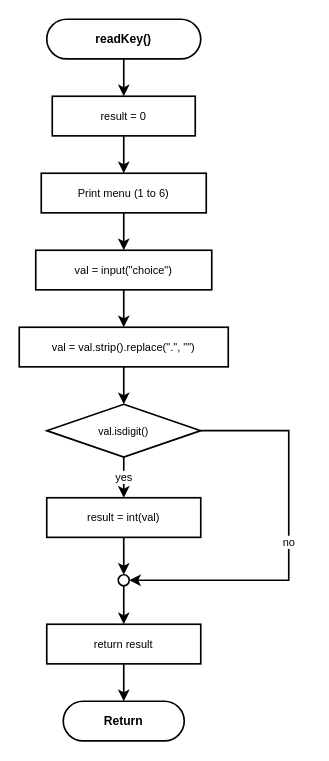
Before: program001/flowchart/02_readKey.drawio in kittiphong064008-cyber/AI-Coding, a draw.io diagram. Source tidied: cells renumbered, new cells numbered last; positions are measured from the earlier drawing's top-left corner, leaving out a move shared by most shapes. Both pictures are drawn from the tidied source at 110%, with x=0, y=0 at pixel (19, 19).
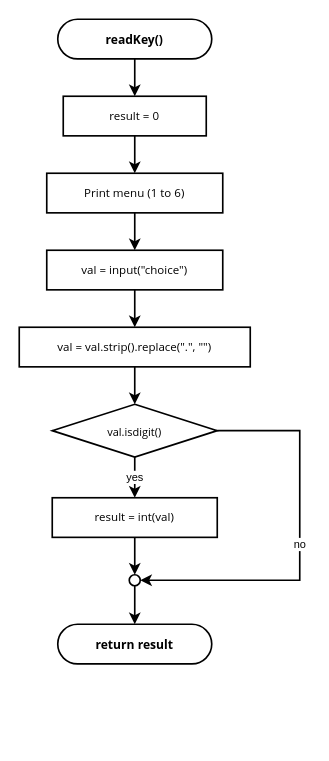
After the change.

The edit, as a diff of the source:
```diff
@@
-    <mxCell id="2" value="readKey()" style="rounded=1;whiteSpace=wrap;html=1;arcSize=50;fillColor=#ffffff;strokeColor=#000000;strokeWidth=1.5;fontSize=11;fontFamily=Helvetica;fontStyle=1;" parent="1" vertex="1">
-      <mxGeometry x="25" width="140" height="36" as="geometry" />
+    <mxCell id="2" value="readKey()" style="rounded=1;whiteSpace=wrap;html=1;arcSize=50;fillColor=#ffffff;strokeColor=#000000;strokeWidth=1.5;fontSize=11;fontFamily=Segoe UI;fontStyle=1;" parent="1" vertex="1">
+      <mxGeometry x="35" width="140" height="36" as="geometry" />
     </mxCell>
-    <mxCell id="3" value="result = 0" style="rounded=0;whiteSpace=wrap;html=1;fillColor=#ffffff;strokeColor=#000000;strokeWidth=1.5;fontSize=10;fontFamily=Helvetica;" parent="1" vertex="1">
-      <mxGeometry x="30" y="70" width="130" height="36" as="geometry" />
+    <mxCell id="3" value="result = 0" style="rounded=0;whiteSpace=wrap;html=1;fillColor=#ffffff;strokeColor=#000000;strokeWidth=1.5;fontSize=10.5;fontFamily=Segoe UI;" parent="1" vertex="1">
+      <mxGeometry x="40" y="70" width="130" height="36" as="geometry" />
     </mxCell>
-    <mxCell id="4" value="Print menu (1 to 6)" style="rounded=0;whiteSpace=wrap;html=1;fillColor=#ffffff;strokeColor=#000000;strokeWidth=1.5;fontSize=10;fontFamily=Helvetica;" parent="1" vertex="1">
-      <mxGeometry x="20" y="140" width="150" height="36" as="geometry" />
+    <mxCell id="4" value="Print menu (1 to 6)" style="rounded=0;whiteSpace=wrap;html=1;fillColor=#ffffff;strokeColor=#000000;strokeWidth=1.5;fontSize=10.5;fontFamily=Segoe UI;" parent="1" vertex="1">
+      <mxGeometry x="25" y="140" width="160" height="36" as="geometry" />
     </mxCell>
-    <mxCell id="5" value="val = input(&quot;choice&quot;)" style="rounded=0;whiteSpace=wrap;html=1;fillColor=#ffffff;strokeColor=#000000;strokeWidth=1.5;fontSize=10;fontFamily=Helvetica;" parent="1" vertex="1">
-      <mxGeometry x="15" y="210" width="160" height="36" as="geometry" />
+    <mxCell id="5" value="val = input(&quot;choice&quot;)" style="rounded=0;whiteSpace=wrap;html=1;fillColor=#ffffff;strokeColor=#000000;strokeWidth=1.5;fontSize=10.5;fontFamily=Segoe UI;" parent="1" vertex="1">
+      <mxGeometry x="25" y="210" width="160" height="36" as="geometry" />
     </mxCell>
-    <mxCell id="6" value="val = val.strip().replace(&quot;.&quot;, &quot;&quot;)" style="rounded=0;whiteSpace=wrap;html=1;fillColor=#ffffff;strokeColor=#000000;strokeWidth=1.5;fontSize=10;fontFamily=Helvetica;" parent="1" vertex="1">
-      <mxGeometry y="280" width="190" height="36" as="geometry" />
+    <mxCell id="6" value="val = val.strip().replace(&quot;.&quot;, &quot;&quot;)" style="rounded=0;whiteSpace=wrap;html=1;fillColor=#ffffff;strokeColor=#000000;strokeWidth=1.5;fontSize=10.5;fontFamily=Segoe UI;" parent="1" vertex="1">
+      <mxGeometry y="280" width="210" height="36" as="geometry" />
     </mxCell>
-    <mxCell id="7" value="val.isdigit()" style="rhombus;whiteSpace=wrap;html=1;fillColor=#ffffff;strokeColor=#000000;strokeWidth=1.5;fontSize=9.5;fontFamily=Helvetica;" parent="1" vertex="1">
-      <mxGeometry x="25" y="350" width="140" height="48" as="geometry" />
+    <mxCell id="7" value="val.isdigit()" style="rhombus;whiteSpace=wrap;html=1;fillColor=#ffffff;strokeColor=#000000;strokeWidth=1.5;fontSize=10;fontFamily=Segoe UI;" parent="1" vertex="1">
+      <mxGeometry x="30" y="350" width="150" height="48" as="geometry" />
     </mxCell>
-    <mxCell id="8" value="result = int(val)" style="rounded=0;whiteSpace=wrap;html=1;fillColor=#ffffff;strokeColor=#000000;strokeWidth=1.5;fontSize=10;fontFamily=Helvetica;" parent="1" vertex="1">
-      <mxGeometry x="25" y="435" width="140" height="36" as="geometry" />
+    <mxCell id="8" value="result = int(val)" style="rounded=0;whiteSpace=wrap;html=1;fillColor=#ffffff;strokeColor=#000000;strokeWidth=1.5;fontSize=10.5;fontFamily=Segoe UI;" parent="1" vertex="1">
+      <mxGeometry x="30" y="435" width="150" height="36" as="geometry" />
     </mxCell>
     <mxCell id="9" style="ellipse;whiteSpace=wrap;html=1;fillColor=#ffffff;strokeColor=#000000;strokeWidth=1.5;" parent="1" vertex="1">
-      <mxGeometry x="90" y="505" width="10" height="10" as="geometry" />
+      <mxGeometry x="100" y="505" width="10" height="10" as="geometry" />
     </mxCell>
-    <mxCell id="10" value="return result" style="rounded=0;whiteSpace=wrap;html=1;fillColor=#ffffff;strokeColor=#000000;strokeWidth=1.5;fontSize=10;fontFamily=Helvetica;" parent="1" vertex="1">
-      <mxGeometry x="25" y="550" width="140" height="36" as="geometry" />
-    </mxCell>
-    <mxCell id="11" value="Return" style="rounded=1;whiteSpace=wrap;html=1;arcSize=50;fillColor=#ffffff;strokeColor=#000000;strokeWidth=1.5;fontSize=11;fontFamily=Helvetica;fontStyle=1;" parent="1" vertex="1">
-      <mxGeometry x="40" y="620" width="110" height="36" as="geometry" />
+    <mxCell id="11" value="return result" style="rounded=1;whiteSpace=wrap;html=1;arcSize=50;fillColor=#ffffff;strokeColor=#000000;strokeWidth=1.5;fontSize=11;fontFamily=Segoe UI;fontStyle=1;" parent="1" vertex="1">
+      <mxGeometry x="35" y="550" width="140" height="36" as="geometry" />
     </mxCell>
@@
     <mxCell id="19" value="no" style="edgeStyle=orthogonalEdgeStyle;rounded=0;jettySize=auto;html=1;strokeWidth=1.5;strokeColor=#000000;fontSize=10;fontColor=#000000;exitX=1;exitY=0.5;exitDx=0;exitDy=0;entryX=1;entryY=0.5;entryDx=0;entryDy=0;" parent="1" edge="1" source="7" target="9">
       <mxGeometry relative="1" as="geometry">
         <Array as="points">
-          <mxPoint x="245" y="374" />
-          <mxPoint x="245" y="510" />
+          <mxPoint x="255" y="374" />
+          <mxPoint x="255" y="510" />
         </Array>
       </mxGeometry>
     </mxCell>
-    <mxCell id="20" style="edgeStyle=orthogonalEdgeStyle;rounded=0;jettySize=auto;html=1;strokeWidth=1.5;strokeColor=#000000;fontSize=10;fontColor=#000000;" parent="1" edge="1" source="9" target="10">
+    <mxCell id="20" style="edgeStyle=orthogonalEdgeStyle;rounded=0;jettySize=auto;html=1;strokeWidth=1.5;strokeColor=#000000;fontSize=10;fontColor=#000000;" parent="1" edge="1" source="9" target="11">
       <mxGeometry relative="1" as="geometry" />
     </mxCell>
-    <mxCell id="21" style="edgeStyle=orthogonalEdgeStyle;rounded=0;jettySize=auto;html=1;strokeWidth=1.5;strokeColor=#000000;fontSize=10;fontColor=#000000;" parent="1" edge="1" source="10" target="11">
-      <mxGeometry relative="1" as="geometry" />
-    </mxCell>
```
